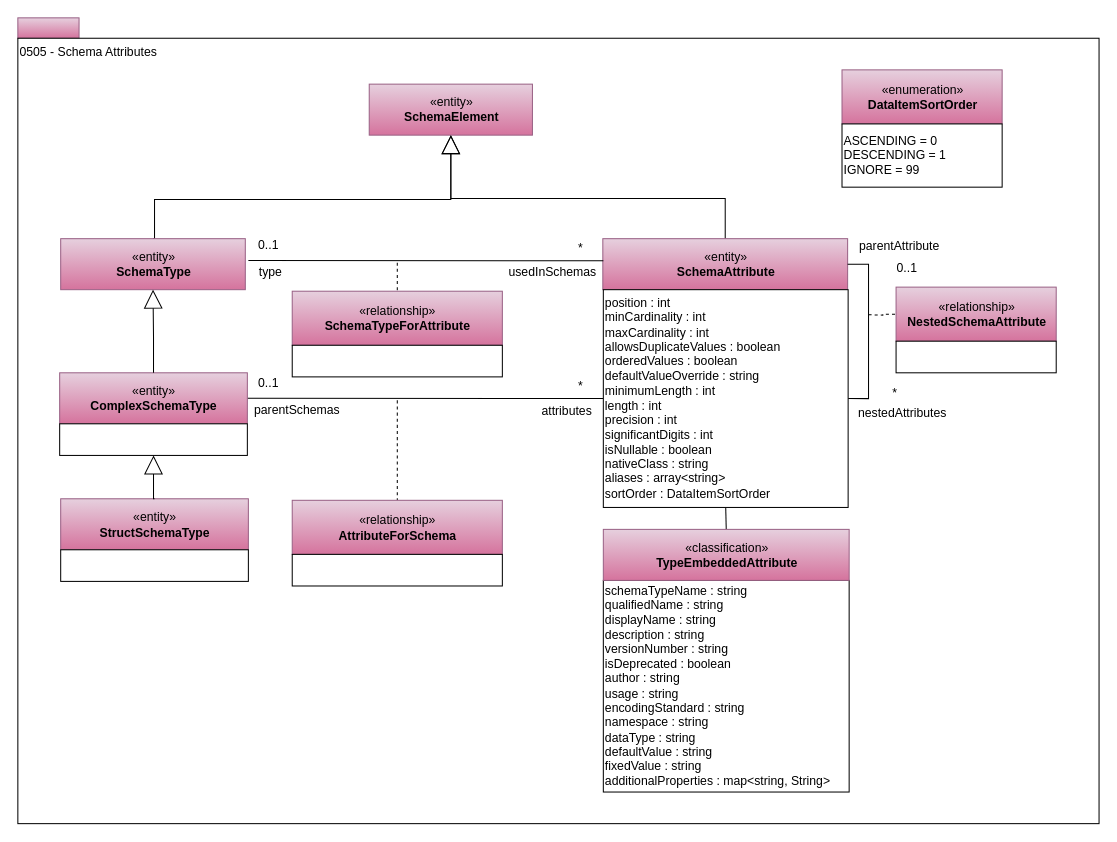
This is page "0505-Schema-Attributes" (5 of 28) of site/docs/types/5/area-5-models-and-schema.drawio from odpi/egeria-docs, a draw.io file, before an edit. Source tidied: cells renumbered, new cells numbered last; positions are measured from the earlier drawing's top-left corner, leaving out a move shared by most shapes. Both pictures are drawn from the tidied source at 102%, with x=0, y=0 at pixel (17, 17).
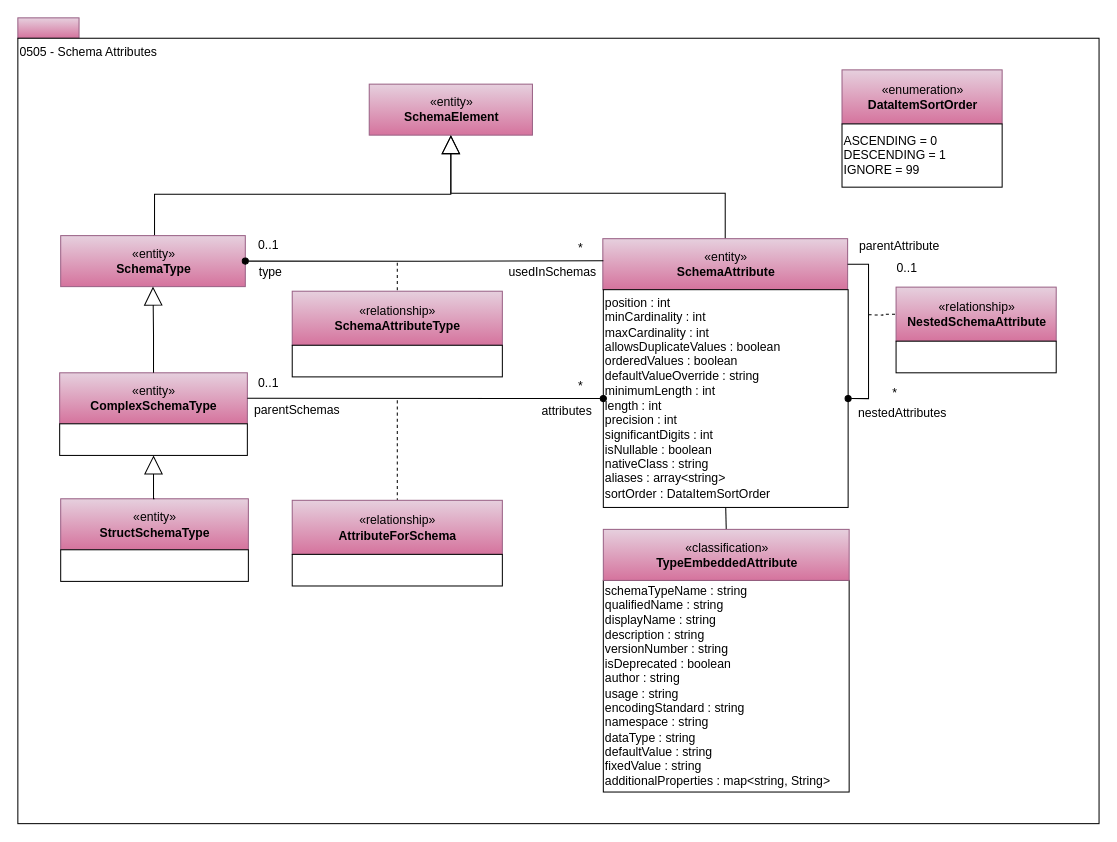
After the change.

The change refers to these unchanged cells:
```xml
<mxCell id="4" value="«entity»&lt;br&gt;&lt;b&gt;SchemaElement&lt;/b&gt;" style="html=1;strokeColor=#996185;align=center;fillColor=#e6d0de;gradientColor=#d5739d;" parent="1" vertex="1">
  <mxGeometry x="344.5" y="65" width="160" height="50" as="geometry" />
</mxCell>
<mxCell id="23" value="«entity»&lt;br&gt;&lt;b&gt;ComplexSchemaType&lt;/b&gt;" style="html=1;strokeColor=#996185;align=center;fillColor=#e6d0de;gradientColor=#d5739d;" parent="22" vertex="1">
  <mxGeometry width="184" height="50" as="geometry" />
</mxCell>
<mxCell id="34" value="«entity»&lt;br&gt;&lt;b&gt;SchemaAttribute&lt;/b&gt;" style="html=1;strokeColor=#996185;align=center;fillColor=#e6d0de;gradientColor=#d5739d;" parent="1" vertex="1">
  <mxGeometry x="573.5" y="216.5" width="240" height="50" as="geometry" />
</mxCell>
<mxCell id="36" value="&lt;span style=&quot;white-space: normal&quot;&gt;position : int&lt;/span&gt;&lt;br style=&quot;white-space: normal&quot;&gt;&lt;font style=&quot;white-space: normal&quot;&gt;minCardinality : int&lt;br&gt;maxCardinality : int&lt;/font&gt;&lt;br style=&quot;white-space: normal&quot;&gt;&lt;font style=&quot;white-space: normal&quot;&gt;allowsDuplicateValues : boolean&lt;br&gt;orderedValues : boolean&lt;br&gt;&lt;/font&gt;&lt;span&gt;defaultValueOverride : string&lt;br&gt;minimumLength : int&lt;br&gt;length : int&lt;br&gt;precision : int&lt;br&gt;significantDigits : int&lt;br&gt;isNullable : boolean&lt;br&gt;&lt;/span&gt;&lt;font style=&quot;white-space: normal&quot;&gt;nativeClass : string&lt;br&gt;aliases : array&amp;lt;string&amp;gt;&lt;br&gt;sortOrder : DataItemSortOrder&lt;br&gt;&lt;/font&gt;" style="rounded=0;whiteSpace=wrap;html=1;strokeColor=#000000;gradientColor=#ffffff;align=left;fontColor=#000000;" parent="1" vertex="1">
  <mxGeometry x="574" y="266.5" width="240" height="213.5" as="geometry" />
</mxCell>
<mxCell id="44" style="group;" parent="1" vertex="1">
  <mxGeometry x="269" y="268" width="206" height="84" as="geometry" />
</mxCell>
```

The edit, as a diff of the source:
```diff
@@
     <mxCell id="5" style="edgeStyle=orthogonalEdgeStyle;rounded=0;jettySize=auto;html=1;exitX=0.5;exitY=0;exitDx=0;exitDy=0;startArrow=none;startFill=0;startSize=6;endArrow=block;endFill=0;endSize=16;entryX=0.5;entryY=1;entryDx=0;entryDy=0;" parent="1" edge="1" source="6" target="4">
       <mxGeometry relative="1" as="geometry">
         <Array as="points">
-          <mxPoint x="134" y="178" />
-          <mxPoint x="425" y="178" />
+          <mxPoint x="134" y="214" />
+          <mxPoint x="134" y="173" />
+          <mxPoint x="425" y="173" />
         </Array>
       </mxGeometry>
     </mxCell>
     <mxCell id="6" value="«entity»&lt;br&gt;&lt;b&gt;SchemaType&lt;/b&gt;" style="html=1;strokeColor=#996185;align=center;fillColor=#e6d0de;gradientColor=#d5739d;" parent="1" vertex="1">
-      <mxGeometry x="42" y="216.5" width="181" height="50" as="geometry" />
+      <mxGeometry x="42" y="213.5" width="181" height="50" as="geometry" />
     </mxCell>
@@
     <mxCell id="8" style="edgeStyle=orthogonalEdgeStyle;rounded=0;jettySize=auto;html=1;exitX=0.5;exitY=0;exitDx=0;exitDy=0;entryX=0.5;entryY=1;entryDx=0;entryDy=0;startSize=6;endArrow=block;endFill=0;endSize=16;" parent="1" edge="1" source="34" target="4">
       <mxGeometry relative="1" as="geometry">
         <Array as="points">
-          <mxPoint x="694" y="177" />
-          <mxPoint x="425" y="177" />
+          <mxPoint x="694" y="172" />
+          <mxPoint x="425" y="172" />
         </Array>
       </mxGeometry>
     </mxCell>
@@
-    <mxCell id="18" style="endArrow=none;html=1;entryX=1;entryY=0.5;entryDx=0;entryDy=0;edgeStyle=orthogonalEdgeStyle;rounded=0;exitX=0;exitY=0.5;exitDx=0;exitDy=0;" parent="1" edge="1" source="36" target="23">
-      <mxGeometry relative="1" as="geometry">
-        <Array as="points">
-          <mxPoint x="574" y="373" />
-          <mxPoint x="574" y="373" />
-        </Array>
-      </mxGeometry>
-    </mxCell>
@@
-    <mxCell id="35" style="edgeStyle=orthogonalEdgeStyle;rounded=0;jettySize=auto;html=1;entryX=1;entryY=0.5;entryDx=0;entryDy=0;fontColor=#FF0000;endArrow=none;endFill=0;exitX=1;exitY=0.5;exitDx=0;exitDy=0;" parent="1" edge="1" source="34" target="36">
-      <mxGeometry relative="1" as="geometry" />
-    </mxCell>
@@
-    <mxCell id="43" style="endArrow=none;html=1;entryX=1;entryY=0.5;entryDx=0;entryDy=0;edgeStyle=orthogonalEdgeStyle;rounded=0;exitX=0;exitY=0.5;exitDx=0;exitDy=0;" parent="1" edge="1">
+    <mxCell id="43" style="endArrow=oval;html=1;edgeStyle=orthogonalEdgeStyle;rounded=0;exitX=0;exitY=0.5;exitDx=0;exitDy=0;endFill=1;" parent="1" edge="1" target="6">
       <mxGeometry relative="1" as="geometry">
         <mxPoint x="574" y="238.2" as="sourcePoint" />
-        <mxPoint x="226" y="238" as="targetPoint" />
-        <Array as="points">
-          <mxPoint x="574" y="238" />
-          <mxPoint x="574" y="238" />
-        </Array>
       </mxGeometry>
     </mxCell>
@@
-    <mxCell id="45" value="«relationship»&lt;br&gt;&lt;b&gt;SchemaTypeForAttribute&lt;/b&gt;" style="html=1;strokeColor=#996185;align=center;fillColor=#e6d0de;gradientColor=#d5739d;" parent="44" vertex="1">
+    <mxCell id="45" value="«relationship»&lt;br&gt;&lt;b&gt;SchemaAttributeType&lt;/b&gt;" style="html=1;strokeColor=#996185;align=center;fillColor=#e6d0de;gradientColor=#d5739d;" parent="44" vertex="1">
       <mxGeometry width="206" height="53" as="geometry" />
     </mxCell>
@@
+    <mxCell id="18" style="endArrow=none;html=1;entryX=1;entryY=0.5;entryDx=0;entryDy=0;edgeStyle=orthogonalEdgeStyle;rounded=0;exitX=0;exitY=0.5;exitDx=0;exitDy=0;startArrow=oval;startFill=1;" parent="1" edge="1" source="36" target="23">
+      <mxGeometry relative="1" as="geometry">
+        <Array as="points">
+          <mxPoint x="574" y="373" />
+          <mxPoint x="574" y="373" />
+        </Array>
+      </mxGeometry>
+    </mxCell>
+    <mxCell id="35" style="edgeStyle=orthogonalEdgeStyle;rounded=0;jettySize=auto;html=1;entryX=1;entryY=0.5;entryDx=0;entryDy=0;fontColor=#FF0000;endArrow=oval;endFill=1;exitX=1;exitY=0.5;exitDx=0;exitDy=0;" parent="1" edge="1" source="34" target="36">
+      <mxGeometry relative="1" as="geometry" />
+    </mxCell>
```
